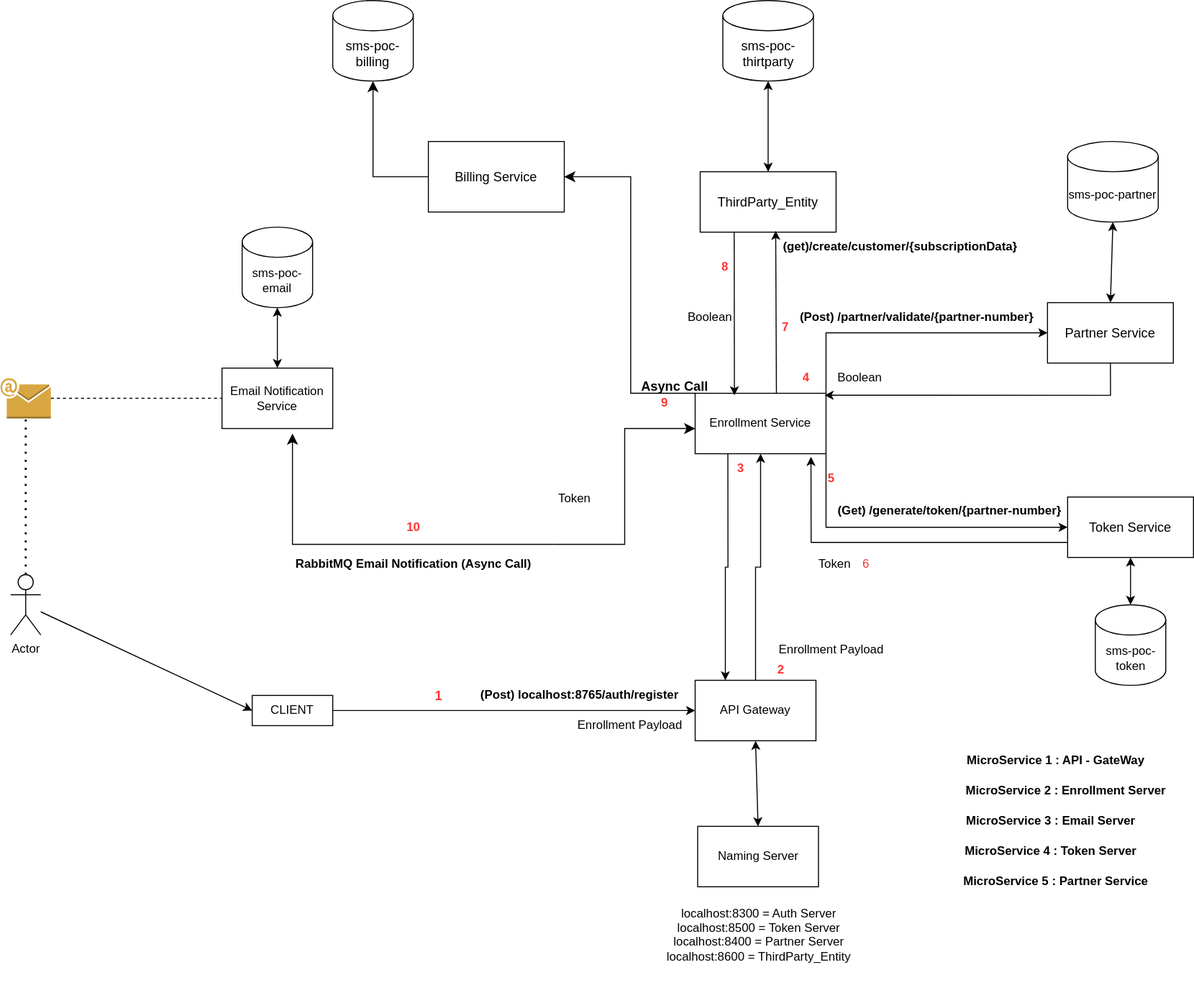
Above: api-gateway/src/main/Untitled Diagram.drawio.svg in miit-netweb/SMS-POC-API-Gateway (draw.io), before the change. Source tidied: cells renumbered, new cells last; positions are measured from the earlier drawing's top-left corner, leaving out a move shared by most shapes.
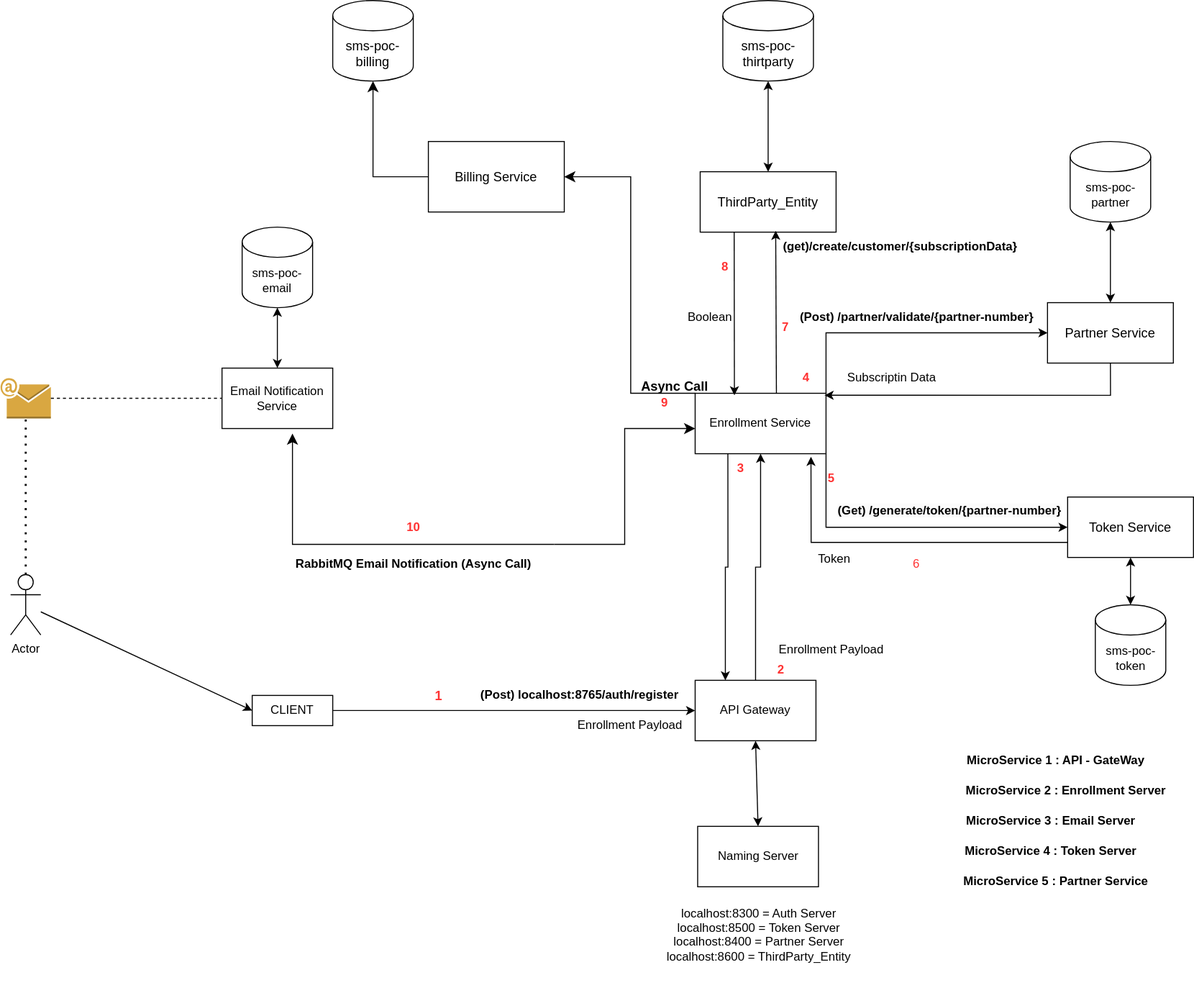
The same file after the commit.

The edit, as a diff of the source:
```diff
@@ -62,7 +62,7 @@
       <mxGeometry x="720" y="450" width="30" height="30" as="geometry" />
     </mxCell>
     <mxCell id="20" value="sms-poc-partner" style="shape=cylinder3;whiteSpace=wrap;html=1;boundedLbl=1;backgroundOutline=1;size=15;" parent="1" vertex="1">
-      <mxGeometry x="1060" y="140" width="90" height="80" as="geometry" />
+      <mxGeometry x="1062.5" y="140" width="80" height="80" as="geometry" />
     </mxCell>
     <mxCell id="21" style="endArrow=classic;startArrow=classic;html=1;rounded=0;entryX=0.5;entryY=1;entryDx=0;entryDy=0;entryPerimeter=0;exitX=0.5;exitY=0;exitDx=0;exitDy=0;" parent="1" edge="1" source="34" target="20">
       <mxGeometry relative="1" as="geometry" />
@@ -86,7 +86,7 @@
       <mxGeometry relative="1" as="geometry" />
     </mxCell>
     <mxCell id="28" value="Token" style="text;html=1;align=center;verticalAlign=middle;strokeColor=none;fillColor=none;" parent="1" vertex="1">
-      <mxGeometry x="540" y="480" width="60" height="30" as="geometry" />
+      <mxGeometry x="797.5" y="540" width="60" height="30" as="geometry" />
     </mxCell>
     <mxCell id="29" value="&lt;b&gt;MicroService 1 : API - GateWay&lt;/b&gt;" style="text;html=1;align=center;verticalAlign=middle;strokeColor=none;fillColor=none;" parent="1" vertex="1">
       <mxGeometry x="947.5" y="740" width="200" height="30" as="geometry" />
@@ -115,8 +115,8 @@
     <mxCell id="37" style="edgeStyle=orthogonalEdgeStyle;rounded=0;jettySize=auto;html=1;exitX=0.5;exitY=1;exitDx=0;exitDy=0;entryX=1.118;entryY=1.065;entryDx=0;entryDy=0;entryPerimeter=0;" parent="1" edge="1" source="34" target="36">
       <mxGeometry relative="1" as="geometry" />
     </mxCell>
-    <mxCell id="38" value="Boolean&amp;nbsp;" style="text;html=1;align=center;verticalAlign=middle;strokeColor=none;fillColor=none;" parent="1" vertex="1">
-      <mxGeometry x="820" y="360" width="70" height="30" as="geometry" />
+    <mxCell id="38" value="Subscriptin Data" style="text;html=1;align=center;verticalAlign=middle;strokeColor=none;fillColor=none;" parent="1" vertex="1">
+      <mxGeometry x="830" y="360" width="110" height="30" as="geometry" />
     </mxCell>
     <mxCell id="39" value="&lt;b&gt;&lt;font color=&quot;#ff3333&quot;&gt;5&lt;/font&gt;&lt;/b&gt;" style="text;html=1;align=center;verticalAlign=middle;strokeColor=none;fillColor=none;" parent="1" vertex="1">
       <mxGeometry x="810" y="460" width="30" height="30" as="geometry" />
@@ -130,9 +130,6 @@
     <mxCell id="42" style="endArrow=classic;startArrow=classic;html=1;rounded=0;entryX=0.5;entryY=1;entryDx=0;entryDy=0;exitX=0.5;exitY=0;exitDx=0;exitDy=0;exitPerimeter=0;" parent="1" edge="1" source="41" target="33">
       <mxGeometry relative="1" as="geometry" />
     </mxCell>
-    <mxCell id="43" value="Token&amp;nbsp;" style="text;html=1;align=center;verticalAlign=middle;strokeColor=none;fillColor=none;" parent="1" vertex="1">
-      <mxGeometry x="800" y="545" width="60" height="30" as="geometry" />
-    </mxCell>
     <mxCell id="44" value="&lt;b&gt;MicroService 4 : Token Server&lt;/b&gt;" style="text;html=1;align=center;verticalAlign=middle;strokeColor=none;fillColor=none;" parent="1" vertex="1">
       <mxGeometry x="947.5" y="830" width="190" height="30" as="geometry" />
     </mxCell>
@@ -161,7 +158,7 @@
       </mxGeometry>
     </mxCell>
     <mxCell id="52" value="&lt;font color=&quot;#ff3333&quot;&gt;6&lt;/font&gt;" style="text;html=1;align=center;verticalAlign=middle;whiteSpace=wrap;rounded=0;" parent="1" vertex="1">
-      <mxGeometry x="830" y="545" width="60" height="30" as="geometry" />
+      <mxGeometry x="880" y="545" width="60" height="30" as="geometry" />
     </mxCell>
     <mxCell id="53" value="&lt;b&gt;&lt;font color=&quot;#ff3333&quot;&gt;7&lt;/font&gt;&lt;/b&gt;" style="text;html=1;align=center;verticalAlign=middle;whiteSpace=wrap;rounded=0;" parent="1" vertex="1">
       <mxGeometry x="750" y="310" width="60" height="30" as="geometry" />
```
